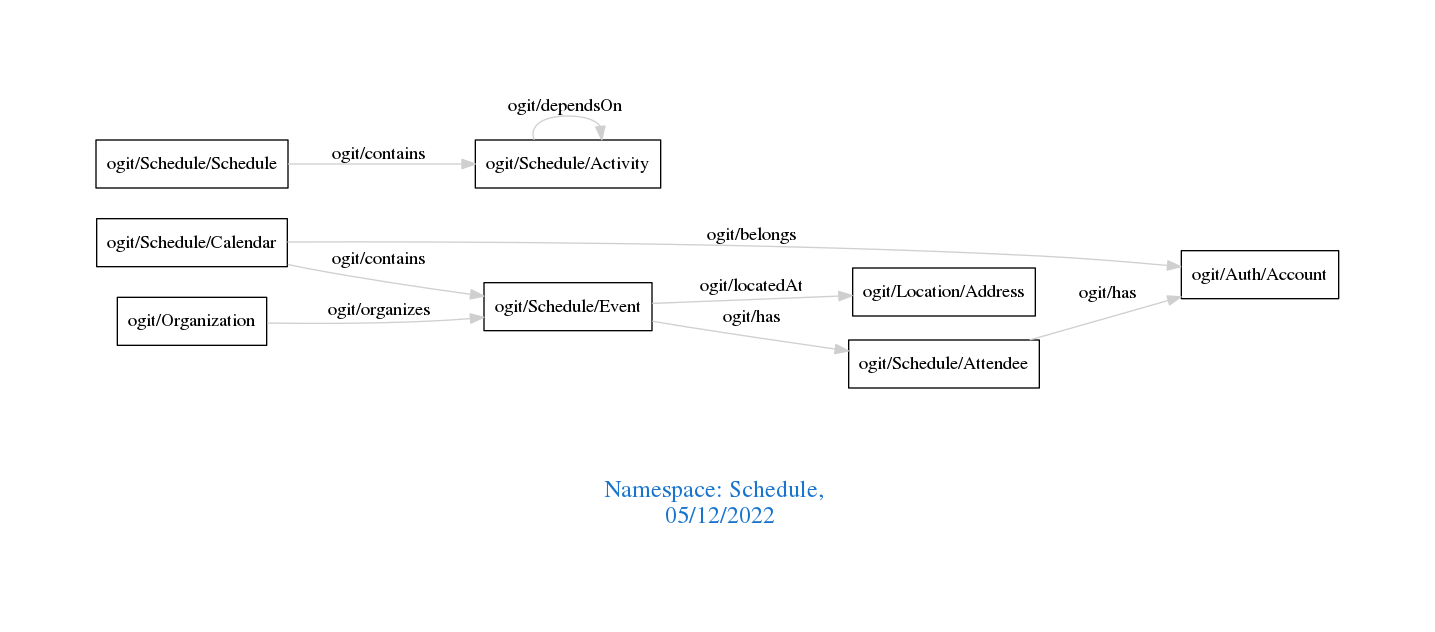
The Graphviz diagram downloads/Schedule.png in arago/OGIT, before a commit. Its source is kept beside it as downloads/Schedule.dot.
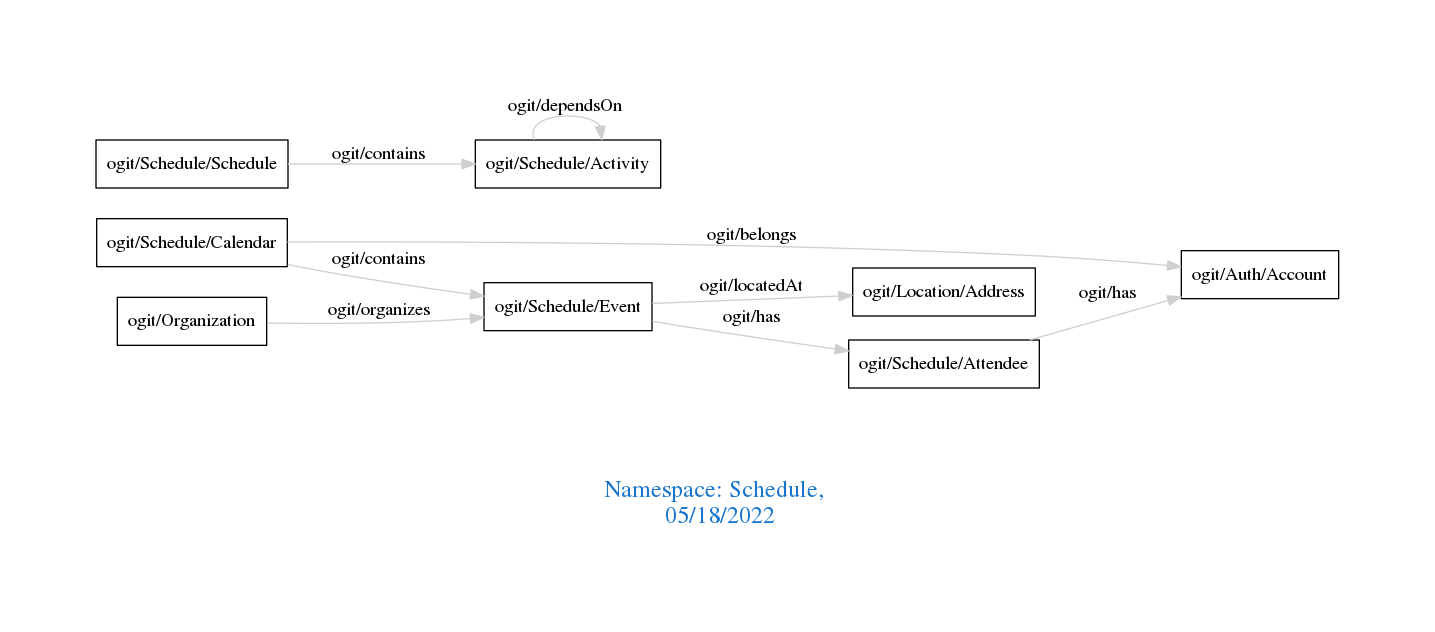
After the change.

The edit, as a diff of the source:
```diff
@@ -1,7 +1,7 @@
 digraph OGIT_ontology {
  graph [ rankdir= LR,pad=1
 fontsize = 18,
-fontcolor= dodgerblue3,label = "\n\n\nNamespace: Schedule, \n 05/12/2022"];
+fontcolor= dodgerblue3,label = "\n\n\nNamespace: Schedule, \n 05/18/2022"];
 node[shape=polygon];
 edge [  color="gray81"];
 
```
